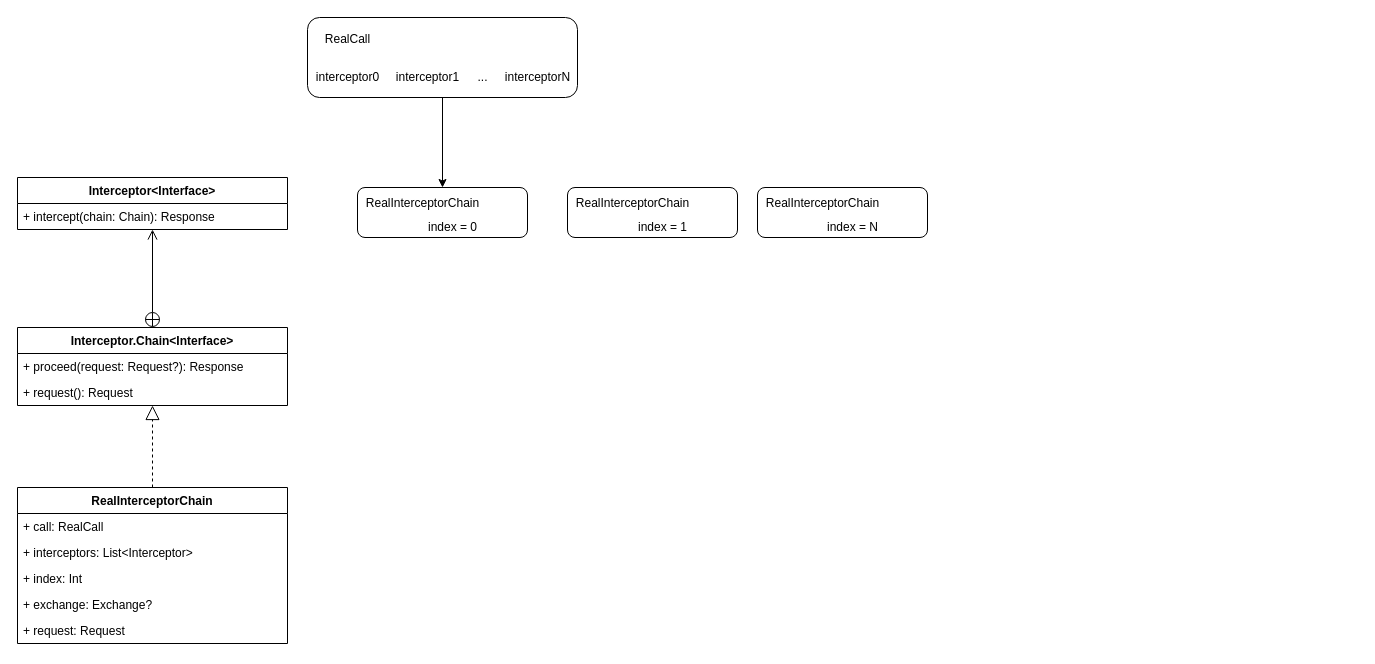
The draw.io diagram OkHttp-Interceptor-Chain.drawio in Eanam/PointlessDiagram, before the edit. Source tidied: cells renumbered, new cells numbered last; positions are measured from the earlier drawing's top-left corner, leaving out a move shared by most shapes. Both pictures are drawn from the tidied source at 100%, with x=0, y=0 at pixel (17, 17).
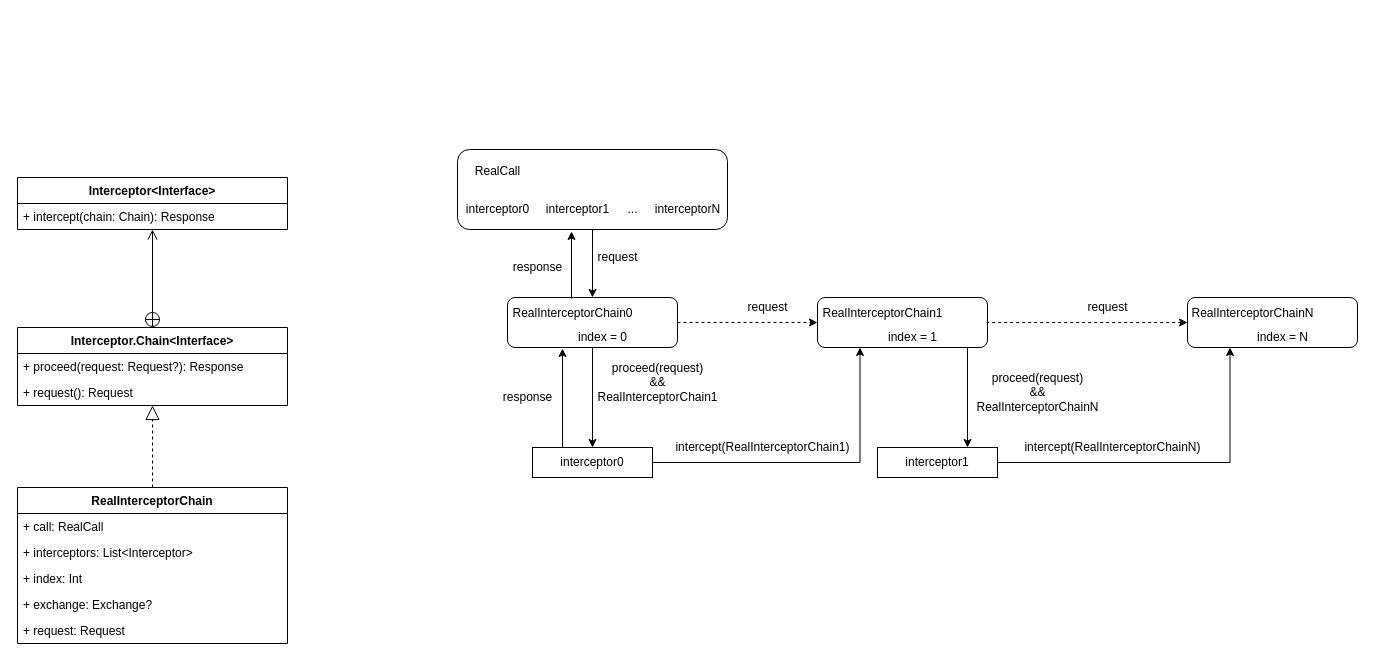
The same diagram, later.

The change refers to these unchanged cells:
```xml
<mxCell id="16" style="rounded=1;whiteSpace=wrap;html=1;" parent="15" vertex="1">
  <mxGeometry width="270" height="80" as="geometry" />
</mxCell>
<mxCell id="23" style="rounded=1;whiteSpace=wrap;html=1;" parent="22" vertex="1">
  <mxGeometry width="170" height="50" as="geometry" />
</mxCell>
<mxCell id="27" style="rounded=1;whiteSpace=wrap;html=1;" parent="26" vertex="1">
  <mxGeometry width="170" height="50" as="geometry" />
</mxCell>
<mxCell id="31" style="rounded=1;whiteSpace=wrap;html=1;" parent="30" vertex="1">
  <mxGeometry width="170" height="50" as="geometry" />
</mxCell>
```

Diff of the diagram source:
```diff
@@
+    <mxCell id="35" style="group;" parent="1" vertex="1">
+      <mxGeometry x="440" y="132" width="900" height="328" as="geometry" />
+    </mxCell>
-    <mxCell id="15" style="group;" parent="1" vertex="1">
-      <mxGeometry x="290" width="270" height="80" as="geometry" />
+    <mxCell id="15" style="group;" parent="35" vertex="1">
+      <mxGeometry width="270" height="80" as="geometry" />
     </mxCell>
@@
-    <mxCell id="22" style="group;" parent="1" vertex="1">
-      <mxGeometry x="340" y="170" width="170" height="50" as="geometry" />
+    <mxCell id="22" style="group;" parent="35" vertex="1">
+      <mxGeometry x="50" y="148" width="170" height="50" as="geometry" />
     </mxCell>
@@
-    <mxCell id="24" value="RealInterceptorChain" style="text;html=1;align=center;verticalAlign=middle;strokeColor=none;fillColor=none;" parent="22" vertex="1">
-      <mxGeometry y="6" width="130" height="20" as="geometry" />
+    <mxCell id="24" value="RealInterceptorChain0" style="text;html=1;align=center;verticalAlign=middle;strokeColor=none;fillColor=none;" parent="22" vertex="1">
+      <mxGeometry x="-5" y="6" width="140" height="20" as="geometry" />
     </mxCell>
@@
-    <mxCell id="26" style="group;" parent="1" vertex="1">
-      <mxGeometry x="550" y="170" width="170" height="50" as="geometry" />
+    <mxCell id="26" style="group;" parent="35" vertex="1">
+      <mxGeometry x="360" y="148" width="170" height="50" as="geometry" />
     </mxCell>
@@
-    <mxCell id="28" value="RealInterceptorChain" style="text;html=1;align=center;verticalAlign=middle;strokeColor=none;fillColor=none;" parent="26" vertex="1">
-      <mxGeometry y="6" width="130" height="20" as="geometry" />
+    <mxCell id="28" value="RealInterceptorChain1" style="text;html=1;align=center;verticalAlign=middle;strokeColor=none;fillColor=none;" parent="26" vertex="1">
+      <mxGeometry x="-5" y="6" width="140" height="20" as="geometry" />
     </mxCell>
@@
-    <mxCell id="30" style="group;" parent="1" vertex="1">
-      <mxGeometry x="740" y="170" width="170" height="50" as="geometry" />
+    <mxCell id="30" style="group;" parent="35" vertex="1">
+      <mxGeometry x="730" y="148" width="170" height="50" as="geometry" />
     </mxCell>
@@
-    <mxCell id="32" value="RealInterceptorChain" style="text;html=1;align=center;verticalAlign=middle;strokeColor=none;fillColor=none;" parent="30" vertex="1">
-      <mxGeometry y="6" width="130" height="20" as="geometry" />
+    <mxCell id="32" value="RealInterceptorChainN" style="text;html=1;align=center;verticalAlign=middle;strokeColor=none;fillColor=none;" parent="30" vertex="1">
+      <mxGeometry x="-5" y="6" width="140" height="20" as="geometry" />
     </mxCell>
@@
-    <mxCell id="34" style="edgeStyle=orthogonalEdgeStyle;rounded=0;jettySize=auto;html=1;entryX=0.5;entryY=0;entryDx=0;entryDy=0;" parent="1" edge="1" source="16" target="23">
+    <mxCell id="34" style="edgeStyle=orthogonalEdgeStyle;rounded=0;jettySize=auto;html=1;entryX=0.5;entryY=0;entryDx=0;entryDy=0;" parent="35" edge="1" source="16" target="23">
       <mxGeometry relative="1" as="geometry" />
     </mxCell>
+    <mxCell id="36" value="request" style="text;html=1;align=center;verticalAlign=middle;strokeColor=none;fillColor=none;" parent="35" vertex="1">
+      <mxGeometry x="130" y="98" width="60" height="20" as="geometry" />
+    </mxCell>
+    <mxCell id="37" style="edgeStyle=orthogonalEdgeStyle;rounded=0;jettySize=auto;html=1;entryX=0;entryY=0.5;entryDx=0;entryDy=0;dashed=1;" parent="35" edge="1" source="23" target="27">
+      <mxGeometry relative="1" as="geometry" />
+    </mxCell>
+    <mxCell id="38" style="edgeStyle=orthogonalEdgeStyle;rounded=0;jettySize=auto;html=1;startArrow=classic;startFill=1;endArrow=none;endFill=0;dashed=1;" parent="35" edge="1" source="31" target="27">
+      <mxGeometry relative="1" as="geometry" />
+    </mxCell>
+    <mxCell id="39" style="edgeStyle=orthogonalEdgeStyle;rounded=0;jettySize=auto;html=1;startArrow=none;startFill=0;endArrow=classic;endFill=1;entryX=0.25;entryY=1;entryDx=0;entryDy=0;" parent="35" edge="1" source="40" target="27">
+      <mxGeometry relative="1" as="geometry" />
+    </mxCell>
+    <mxCell id="40" value="interceptor0" style="rounded=0;whiteSpace=wrap;html=1;" parent="35" vertex="1">
+      <mxGeometry x="75" y="298" width="120" height="30" as="geometry" />
+    </mxCell>
+    <mxCell id="41" value="request" style="text;html=1;align=center;verticalAlign=middle;strokeColor=none;fillColor=none;" parent="35" vertex="1">
+      <mxGeometry x="280" y="148" width="60" height="20" as="geometry" />
+    </mxCell>
+    <mxCell id="42" value="request" style="text;html=1;align=center;verticalAlign=middle;strokeColor=none;fillColor=none;" parent="35" vertex="1">
+      <mxGeometry x="620" y="148" width="60" height="20" as="geometry" />
+    </mxCell>
+    <mxCell id="43" style="edgeStyle=orthogonalEdgeStyle;rounded=0;jettySize=auto;html=1;startArrow=none;startFill=0;endArrow=classic;endFill=1;" parent="35" edge="1" source="23" target="40">
+      <mxGeometry relative="1" as="geometry" />
+    </mxCell>
+    <mxCell id="44" value="proceed(request)&lt;br&gt;&amp;amp;&amp;amp; &lt;br&gt;RealInterceptorChain1" style="text;html=1;align=center;verticalAlign=middle;strokeColor=none;fillColor=none;" parent="35" vertex="1">
+      <mxGeometry x="130" y="208" width="140" height="50" as="geometry" />
+    </mxCell>
+    <mxCell id="45" value="intercept(RealInterceptorChain1)" style="text;html=1;align=center;verticalAlign=middle;strokeColor=none;fillColor=none;" parent="35" vertex="1">
+      <mxGeometry x="210" y="288" width="190" height="20" as="geometry" />
+    </mxCell>
+    <mxCell id="46" style="edgeStyle=orthogonalEdgeStyle;rounded=0;jettySize=auto;html=1;startArrow=classic;startFill=1;endArrow=none;endFill=0;exitX=0.75;exitY=0;exitDx=0;exitDy=0;entryX=0.75;entryY=1;entryDx=0;entryDy=0;" parent="35" edge="1" source="47" target="27">
+      <mxGeometry relative="1" as="geometry">
+        <Array as="points">
+          <mxPoint x="510" y="198" />
+        </Array>
+      </mxGeometry>
+    </mxCell>
+    <mxCell id="47" value="interceptor1" style="rounded=0;whiteSpace=wrap;html=1;" parent="35" vertex="1">
+      <mxGeometry x="420" y="298" width="120" height="30" as="geometry" />
+    </mxCell>
+    <mxCell id="48" value="proceed(request)&lt;br&gt;&amp;amp;&amp;amp; &lt;br&gt;RealInterceptorChainN" style="text;html=1;align=center;verticalAlign=middle;strokeColor=none;fillColor=none;" parent="35" vertex="1">
+      <mxGeometry x="510" y="218" width="140" height="50" as="geometry" />
+    </mxCell>
+    <mxCell id="49" style="edgeStyle=orthogonalEdgeStyle;rounded=0;jettySize=auto;html=1;startArrow=none;startFill=0;endArrow=classic;endFill=1;entryX=0.25;entryY=1;entryDx=0;entryDy=0;exitX=1;exitY=0.5;exitDx=0;exitDy=0;" parent="35" edge="1" source="47" target="31">
+      <mxGeometry relative="1" as="geometry" />
+    </mxCell>
+    <mxCell id="50" value="intercept(RealInterceptorChainN)" style="text;html=1;align=center;verticalAlign=middle;strokeColor=none;fillColor=none;" parent="35" vertex="1">
+      <mxGeometry x="560" y="288" width="190" height="20" as="geometry" />
+    </mxCell>
+    <mxCell id="51" style="endArrow=classic;html=1;exitX=0.25;exitY=0;exitDx=0;exitDy=0;" parent="35" edge="1" source="40">
+      <mxGeometry relative="1" as="geometry">
+        <mxPoint x="105" y="199" as="targetPoint" />
+      </mxGeometry>
+    </mxCell>
+    <mxCell id="52" value="response" style="text;html=1;align=center;verticalAlign=middle;strokeColor=none;fillColor=none;" parent="35" vertex="1">
+      <mxGeometry x="40" y="238" width="60" height="20" as="geometry" />
+    </mxCell>
+    <mxCell id="53" style="endArrow=classic;html=1;" parent="35" edge="1">
+      <mxGeometry relative="1" as="geometry">
+        <mxPoint x="114" y="149" as="sourcePoint" />
+        <mxPoint x="114" y="82" as="targetPoint" />
+      </mxGeometry>
+    </mxCell>
+    <mxCell id="54" value="response" style="text;html=1;align=center;verticalAlign=middle;strokeColor=none;fillColor=none;" parent="35" vertex="1">
+      <mxGeometry x="50" y="108" width="60" height="20" as="geometry" />
+    </mxCell>
```
